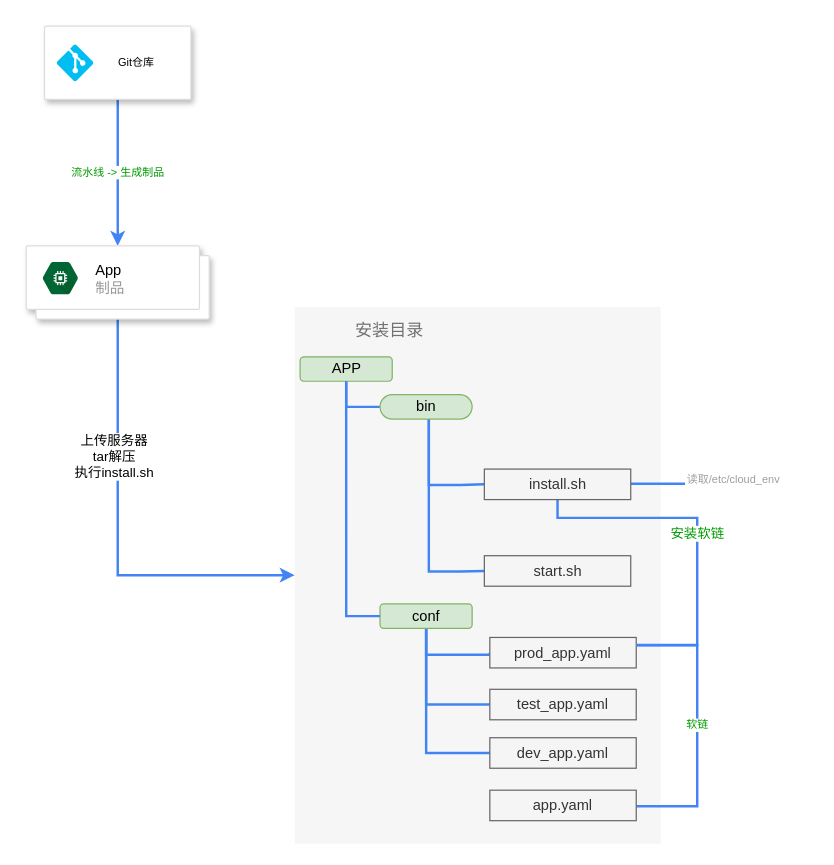
This is page "制品安装" (6 of 11) of universal-engine/配置中心V1.0.drawio from karlchan-cn/drawio-repository, a draw.io file, before an edit. Source tidied: cells renumbered, new cells numbered last; positions are measured from the earlier drawing's top-left corner, leaving out a move shared by most shapes. Both pictures are drawn from the tidied source at 122%, with x=0, y=0 at pixel (26, 26).
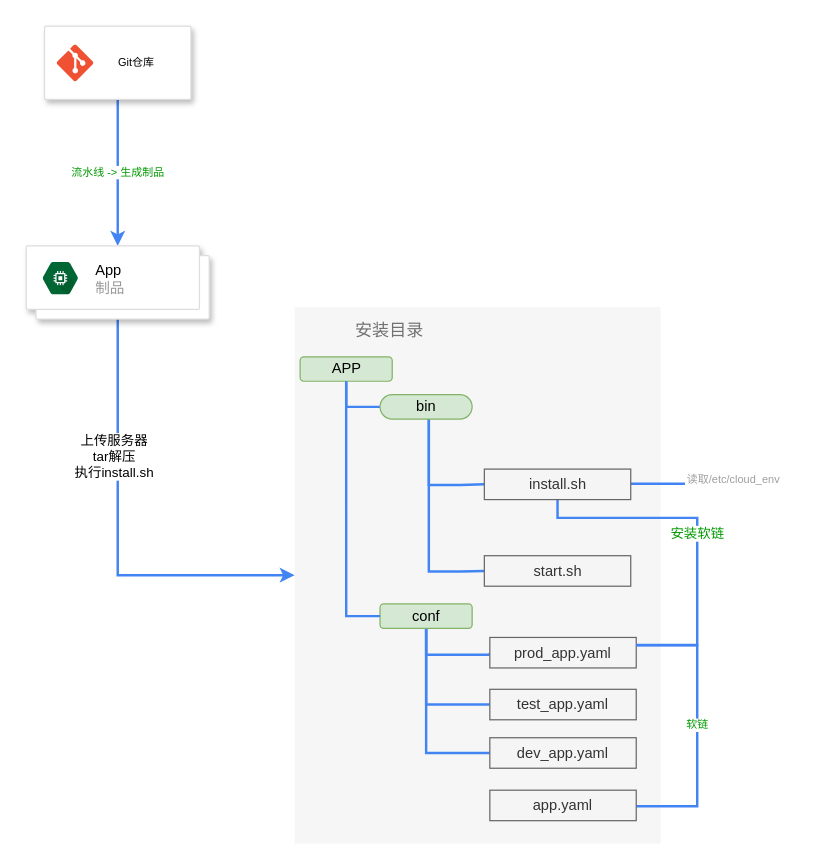
The same diagram, later.

Diff of the diagram source:
```diff
@@
-    <mxCell id="29" style="verticalLabelPosition=bottom;html=1;verticalAlign=top;align=center;strokeColor=none;fillColor=#00BEF2;shape=mxgraph.azure.git_repository;fontSize=9;" parent="1" vertex="1">
+    <mxCell id="29" style="verticalLabelPosition=bottom;html=1;verticalAlign=top;align=center;strokeColor=none;fillColor=#F05133;shape=mxgraph.azure.git_repository;fontSize=9;" parent="1" vertex="1">
       <mxGeometry x="25" y="15" width="30" height="30" as="geometry" />
     </mxCell>
```
